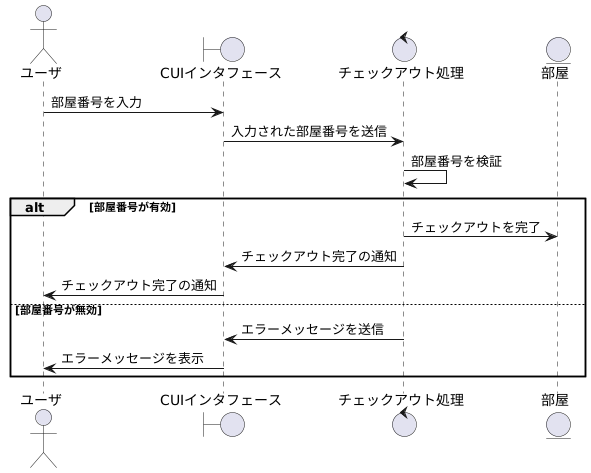
Earlier version of the PlantUML export out/system_analysis/communication/checkout.png (Itsunori/software_eng). The source it was exported from:
```plantuml
@startuml
actor ユーザ
boundary CUIインタフェース
control チェックアウト処理
entity 部屋

ユーザ -> CUIインタフェース: 部屋番号を入力
CUIインタフェース -> チェックアウト処理: 入力された部屋番号を送信
チェックアウト処理 -> チェックアウト処理: 部屋番号を検証
alt 部屋番号が有効
    チェックアウト処理 -> 部屋: チェックアウトを完了
    チェックアウト処理 -> CUIインタフェース: チェックアウト完了の通知
    CUIインタフェース -> ユーザ: チェックアウト完了の通知
else 部屋番号が無効
    チェックアウト処理 -> CUIインタフェース: エラーメッセージを送信
    CUIインタフェース -> ユーザ: エラーメッセージを表示
end

@enduml
```
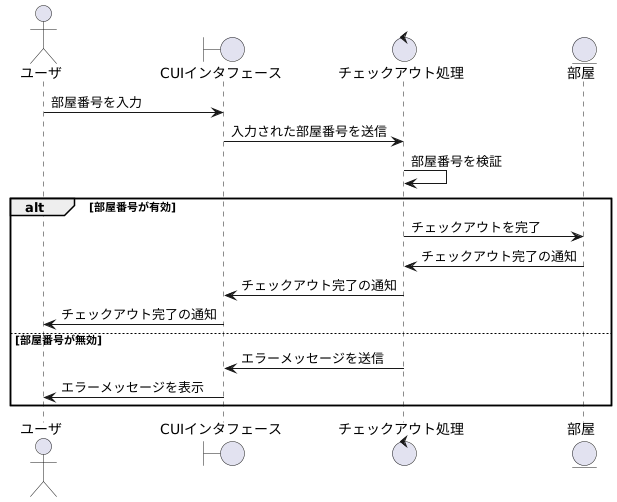
The same diagram one commit later.

Change to the diagram source:
```diff
@@ -9,6 +9,7 @@
 チェックアウト処理 -> チェックアウト処理: 部屋番号を検証
 alt 部屋番号が有効
     チェックアウト処理 -> 部屋: チェックアウトを完了
+    部屋 -> チェックアウト処理: チェックアウト完了の通知
     チェックアウト処理 -> CUIインタフェース: チェックアウト完了の通知
     CUIインタフェース -> ユーザ: チェックアウト完了の通知
 else 部屋番号が無効
```
